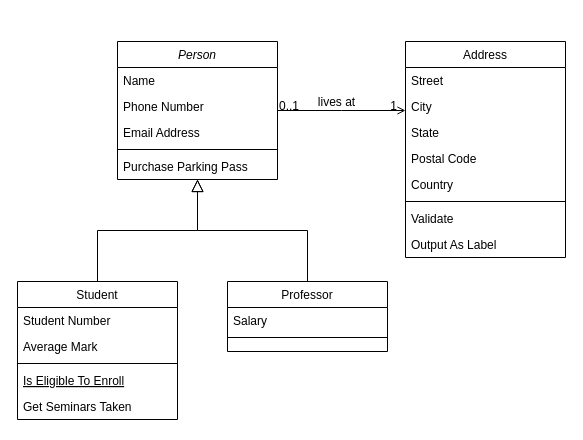
The draw.io diagram Untitled Diagram.drawio in dongyeon-0822/springboot-jpa, before the edit. Source tidied: cells renumbered, new cells numbered last; positions are measured from the earlier drawing's top-left corner, leaving out a move shared by most shapes. Both pictures are drawn from the tidied source at 100%, with x=0, y=0 at pixel (17, 41).
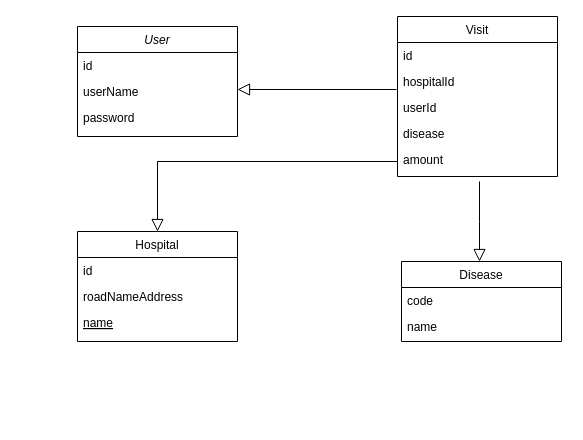
Above is the later version.

The edit, as a diff of the source:
```diff
@@
-    <mxCell id="2" value="Person" style="swimlane;fontStyle=2;align=center;verticalAlign=top;horizontal=1;startSize=26;rounded=0;shadow=0;strokeWidth=1;" parent="1" vertex="1">
-      <mxGeometry x="100" width="160" height="138" as="geometry" />
+    <mxCell id="2" value="User" style="swimlane;fontStyle=2;align=center;verticalAlign=top;horizontal=1;startSize=26;rounded=0;shadow=0;strokeWidth=1;" parent="1" vertex="1">
+      <mxGeometry x="60" y="-15" width="160" height="110" as="geometry" />
     </mxCell>
-    <mxCell id="3" value="Name" style="text;align=left;verticalAlign=top;spacingLeft=4;spacingRight=4;overflow=hidden;" parent="2" vertex="1">
+    <mxCell id="3" value="id" style="text;align=left;verticalAlign=top;spacingLeft=4;spacingRight=4;overflow=hidden;" parent="2" vertex="1">
       <mxGeometry y="26" width="160" height="26" as="geometry" />
     </mxCell>
-    <mxCell id="4" value="Phone Number" style="text;align=left;verticalAlign=top;spacingLeft=4;spacingRight=4;overflow=hidden;rounded=0;shadow=0;html=0;" parent="2" vertex="1">
+    <mxCell id="4" value="userName" style="text;align=left;verticalAlign=top;spacingLeft=4;spacingRight=4;overflow=hidden;rounded=0;shadow=0;html=0;" parent="2" vertex="1">
       <mxGeometry y="52" width="160" height="26" as="geometry" />
     </mxCell>
-    <mxCell id="5" value="Email Address" style="text;align=left;verticalAlign=top;spacingLeft=4;spacingRight=4;overflow=hidden;rounded=0;shadow=0;html=0;" parent="2" vertex="1">
+    <mxCell id="5" value="password" style="text;align=left;verticalAlign=top;spacingLeft=4;spacingRight=4;overflow=hidden;rounded=0;shadow=0;html=0;" parent="2" vertex="1">
       <mxGeometry y="78" width="160" height="26" as="geometry" />
     </mxCell>
-    <mxCell id="6" style="line;html=1;strokeWidth=1;align=left;verticalAlign=middle;spacingTop=-1;spacingLeft=3;spacingRight=3;labelPosition=right;" parent="2" vertex="1">
-      <mxGeometry y="104" width="160" height="8" as="geometry" />
-    </mxCell>
-    <mxCell id="7" value="Purchase Parking Pass" style="text;align=left;verticalAlign=top;spacingLeft=4;spacingRight=4;overflow=hidden;" parent="2" vertex="1">
-      <mxGeometry y="112" width="160" height="26" as="geometry" />
-    </mxCell>
-    <mxCell id="8" value="Student" style="swimlane;fontStyle=0;align=center;verticalAlign=top;horizontal=1;startSize=26;rounded=0;shadow=0;strokeWidth=1;" parent="1" vertex="1">
-      <mxGeometry y="240" width="160" height="138" as="geometry" />
+    <mxCell id="8" value="Hospital" style="swimlane;fontStyle=0;align=center;verticalAlign=top;horizontal=1;startSize=26;rounded=0;shadow=0;strokeWidth=1;" parent="1" vertex="1">
+      <mxGeometry x="60" y="190" width="160" height="110" as="geometry" />
     </mxCell>
-    <mxCell id="9" value="Student Number" style="text;align=left;verticalAlign=top;spacingLeft=4;spacingRight=4;overflow=hidden;" parent="8" vertex="1">
+    <mxCell id="9" value="id" style="text;align=left;verticalAlign=top;spacingLeft=4;spacingRight=4;overflow=hidden;" parent="8" vertex="1">
       <mxGeometry y="26" width="160" height="26" as="geometry" />
     </mxCell>
-    <mxCell id="10" value="Average Mark" style="text;align=left;verticalAlign=top;spacingLeft=4;spacingRight=4;overflow=hidden;rounded=0;shadow=0;html=0;" parent="8" vertex="1">
+    <mxCell id="10" value="roadNameAddress" style="text;align=left;verticalAlign=top;spacingLeft=4;spacingRight=4;overflow=hidden;rounded=0;shadow=0;html=0;" parent="8" vertex="1">
       <mxGeometry y="52" width="160" height="26" as="geometry" />
     </mxCell>
-    <mxCell id="11" style="line;html=1;strokeWidth=1;align=left;verticalAlign=middle;spacingTop=-1;spacingLeft=3;spacingRight=3;labelPosition=right;" parent="8" vertex="1">
-      <mxGeometry y="78" width="160" height="8" as="geometry" />
-    </mxCell>
-    <mxCell id="12" value="Is Eligible To Enroll" style="text;align=left;verticalAlign=top;spacingLeft=4;spacingRight=4;overflow=hidden;fontStyle=4;" parent="8" vertex="1">
-      <mxGeometry y="86" width="160" height="26" as="geometry" />
+    <mxCell id="12" value="name" style="text;align=left;verticalAlign=top;spacingLeft=4;spacingRight=4;overflow=hidden;fontStyle=4;" parent="8" vertex="1">
+      <mxGeometry y="78" width="160" height="26" as="geometry" />
     </mxCell>
-    <mxCell id="13" value="Get Seminars Taken" style="text;align=left;verticalAlign=top;spacingLeft=4;spacingRight=4;overflow=hidden;" parent="8" vertex="1">
-      <mxGeometry y="112" width="160" height="26" as="geometry" />
-    </mxCell>
-    <mxCell id="14" style="endArrow=block;endSize=10;endFill=0;shadow=0;strokeWidth=1;rounded=0;edgeStyle=elbowEdgeStyle;elbow=vertical;" parent="1" edge="1" source="8" target="2">
-      <mxGeometry relative="1" as="geometry" />
+    <mxCell id="14" style="endArrow=block;endSize=10;endFill=0;shadow=0;strokeWidth=1;rounded=0;edgeStyle=elbowEdgeStyle;elbow=vertical;exitX=0;exitY=0.5;exitDx=0;exitDy=0;entryX=0.5;entryY=0;entryDx=0;entryDy=0;" parent="1" edge="1" source="24" target="8">
+      <mxGeometry relative="1" as="geometry">
+        <Array as="points">
+          <mxPoint x="260" y="120" />
+        </Array>
+      </mxGeometry>
     </mxCell>
-    <mxCell id="15" value="Professor" style="swimlane;fontStyle=0;align=center;verticalAlign=top;horizontal=1;startSize=26;rounded=0;shadow=0;strokeWidth=1;" parent="1" vertex="1">
-      <mxGeometry x="210" y="240" width="160" height="70" as="geometry" />
+    <mxCell id="15" value="Disease" style="swimlane;fontStyle=0;align=center;verticalAlign=top;horizontal=1;startSize=26;rounded=0;shadow=0;strokeWidth=1;" parent="1" vertex="1">
+      <mxGeometry x="384" y="220" width="160" height="80" as="geometry" />
     </mxCell>
-    <mxCell id="16" value="Salary" style="text;align=left;verticalAlign=top;spacingLeft=4;spacingRight=4;overflow=hidden;" parent="15" vertex="1">
+    <mxCell id="16" value="code" style="text;align=left;verticalAlign=top;spacingLeft=4;spacingRight=4;overflow=hidden;" parent="15" vertex="1">
       <mxGeometry y="26" width="160" height="26" as="geometry" />
     </mxCell>
-    <mxCell id="17" style="line;html=1;strokeWidth=1;align=left;verticalAlign=middle;spacingTop=-1;spacingLeft=3;spacingRight=3;labelPosition=right;" parent="15" vertex="1">
-      <mxGeometry y="52" width="160" height="8" as="geometry" />
-    </mxCell>
+    <mxCell id="32" value="name" style="text;align=left;verticalAlign=top;spacingLeft=4;spacingRight=4;overflow=hidden;" parent="15" vertex="1">
+      <mxGeometry y="52" width="160" height="26" as="geometry" />
+    </mxCell>
-    <mxCell id="18" style="endArrow=block;endSize=10;endFill=0;shadow=0;strokeWidth=1;rounded=0;edgeStyle=elbowEdgeStyle;elbow=vertical;" parent="1" edge="1" source="15" target="2">
+    <mxCell id="18" style="endArrow=block;endSize=10;endFill=0;shadow=0;strokeWidth=1;rounded=0;edgeStyle=elbowEdgeStyle;elbow=vertical;exitX=-0.006;exitY=0.808;exitDx=0;exitDy=0;exitPerimeter=0;" parent="1" edge="1" source="21" target="2">
       <mxGeometry relative="1" as="geometry" />
     </mxCell>
-    <mxCell id="19" value="Address" style="swimlane;fontStyle=0;align=center;verticalAlign=top;horizontal=1;startSize=26;rounded=0;shadow=0;strokeWidth=1;" parent="1" vertex="1">
-      <mxGeometry x="388" width="160" height="216" as="geometry" />
+    <mxCell id="19" value="Visit" style="swimlane;fontStyle=0;align=center;verticalAlign=top;horizontal=1;startSize=26;rounded=0;shadow=0;strokeWidth=1;" parent="1" vertex="1">
+      <mxGeometry x="380" y="-25" width="160" height="160" as="geometry" />
     </mxCell>
-    <mxCell id="20" value="Street" style="text;align=left;verticalAlign=top;spacingLeft=4;spacingRight=4;overflow=hidden;" parent="19" vertex="1">
+    <mxCell id="20" value="id        " style="text;align=left;verticalAlign=top;spacingLeft=4;spacingRight=4;overflow=hidden;" parent="19" vertex="1">
       <mxGeometry y="26" width="160" height="26" as="geometry" />
     </mxCell>
-    <mxCell id="21" value="City" style="text;align=left;verticalAlign=top;spacingLeft=4;spacingRight=4;overflow=hidden;points=[[0,0.5],[1,0.5]];portConstraint=eastwest;rounded=0;shadow=0;html=0;" parent="19" vertex="1">
+    <mxCell id="21" value="hospitalId    " style="text;align=left;verticalAlign=top;spacingLeft=4;spacingRight=4;overflow=hidden;points=[[0,0.5],[1,0.5]];portConstraint=eastwest;rounded=0;shadow=0;html=0;" parent="19" vertex="1">
       <mxGeometry y="52" width="160" height="26" as="geometry" />
     </mxCell>
-    <mxCell id="22" value="State" style="text;align=left;verticalAlign=top;spacingLeft=4;spacingRight=4;overflow=hidden;rounded=0;shadow=0;html=0;" parent="19" vertex="1">
+    <mxCell id="22" value="userId" style="text;align=left;verticalAlign=top;spacingLeft=4;spacingRight=4;overflow=hidden;rounded=0;shadow=0;html=0;" parent="19" vertex="1">
       <mxGeometry y="78" width="160" height="26" as="geometry" />
     </mxCell>
-    <mxCell id="23" value="Postal Code" style="text;align=left;verticalAlign=top;spacingLeft=4;spacingRight=4;overflow=hidden;rounded=0;shadow=0;html=0;" parent="19" vertex="1">
+    <mxCell id="23" value="disease" style="text;align=left;verticalAlign=top;spacingLeft=4;spacingRight=4;overflow=hidden;rounded=0;shadow=0;html=0;" parent="19" vertex="1">
       <mxGeometry y="104" width="160" height="26" as="geometry" />
     </mxCell>
-    <mxCell id="24" value="Country" style="text;align=left;verticalAlign=top;spacingLeft=4;spacingRight=4;overflow=hidden;points=[[0,0.5],[1,0.5]];portConstraint=eastwest;rounded=0;shadow=0;html=0;" parent="19" vertex="1">
-      <mxGeometry y="130" width="160" height="26" as="geometry" />
+    <mxCell id="24" value="amount" style="text;align=left;verticalAlign=top;spacingLeft=4;spacingRight=4;overflow=hidden;points=[[0,0.5],[1,0.5]];portConstraint=eastwest;rounded=0;shadow=0;html=0;" parent="19" vertex="1">
+      <mxGeometry y="130" width="160" height="30" as="geometry" />
     </mxCell>
-    <mxCell id="25" style="line;html=1;strokeWidth=1;align=left;verticalAlign=middle;spacingTop=-1;spacingLeft=3;spacingRight=3;labelPosition=right;" parent="19" vertex="1">
-      <mxGeometry y="156" width="160" height="8" as="geometry" />
-    </mxCell>
-    <mxCell id="26" value="Validate" style="text;align=left;verticalAlign=top;spacingLeft=4;spacingRight=4;overflow=hidden;" parent="19" vertex="1">
-      <mxGeometry y="164" width="160" height="26" as="geometry" />
-    </mxCell>
-    <mxCell id="27" value="Output As Label" style="text;align=left;verticalAlign=top;spacingLeft=4;spacingRight=4;overflow=hidden;" parent="19" vertex="1">
-      <mxGeometry y="190" width="160" height="26" as="geometry" />
-    </mxCell>
-    <mxCell id="28" style="endArrow=open;shadow=0;strokeWidth=1;rounded=0;endFill=1;edgeStyle=elbowEdgeStyle;elbow=vertical;" parent="1" edge="1" source="2" target="19">
-      <mxGeometry x="0.5" y="41" relative="1" as="geometry">
-        <mxPoint x="-40" y="32" as="offset" />
-      </mxGeometry>
-    </mxCell>
-    <mxCell id="29" value="0..1" style="align=left;verticalAlign=bottom;labelBackgroundColor=none;fontSize=12;" parent="28" vertex="1">
-      <mxGeometry x="-1" relative="1" as="geometry">
-        <mxPoint y="4" as="offset" />
-      </mxGeometry>
-    </mxCell>
-    <mxCell id="30" value="1" style="align=right;verticalAlign=bottom;labelBackgroundColor=none;fontSize=12;" parent="28" vertex="1">
-      <mxGeometry x="1" relative="1" as="geometry">
-        <mxPoint x="-7" y="4" as="offset" />
-      </mxGeometry>
-    </mxCell>
-    <mxCell id="31" value="lives at" style="text;html=1;align=center;verticalAlign=middle;labelBackgroundColor=none;rounded=0;shadow=0;strokeWidth=1;fontSize=12;" parent="28" vertex="1">
-      <mxGeometry x="0.5" y="49" relative="1" as="geometry">
-        <mxPoint x="-38" y="40" as="offset" />
-      </mxGeometry>
-    </mxCell>
+    <mxCell id="33" style="endArrow=block;endSize=10;endFill=0;shadow=0;strokeWidth=1;rounded=0;edgeStyle=elbowEdgeStyle;elbow=vertical;entryX=0.5;entryY=0;entryDx=0;entryDy=0;" parent="1" edge="1">
+      <mxGeometry relative="1" as="geometry">
+        <mxPoint x="462" y="140" as="sourcePoint" />
+        <mxPoint x="462" y="220" as="targetPoint" />
+      </mxGeometry>
+    </mxCell>
```
